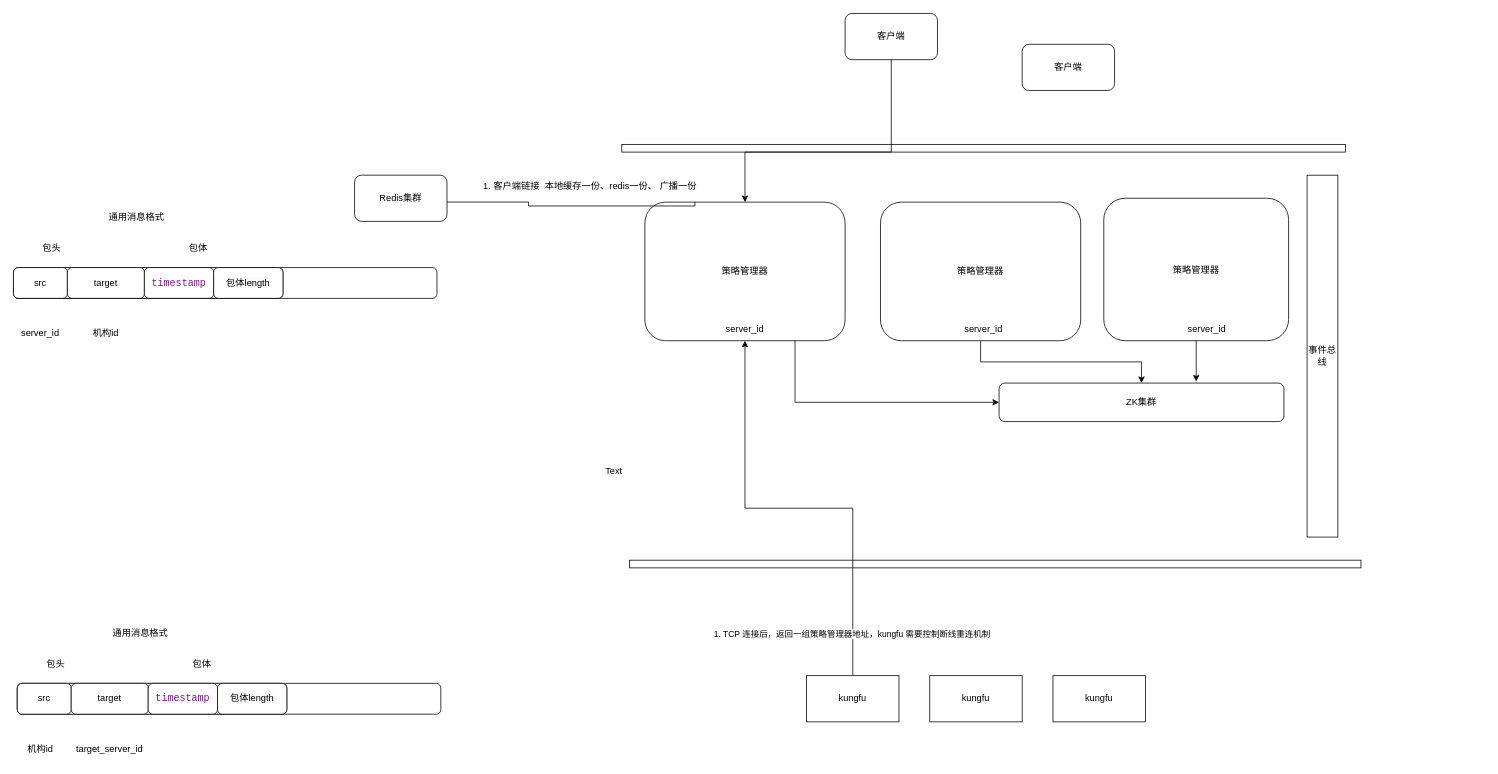
Above: 高可用通信-vertx.drawio in 89780012/drawio (draw.io), before the change. Source tidied: cells renumbered, new cells numbered last; positions are measured from the earlier drawing's top-left corner, leaving out a move shared by most shapes. Both pictures are drawn from the tidied source at 77%, with x=0, y=0 at pixel (13, 13).
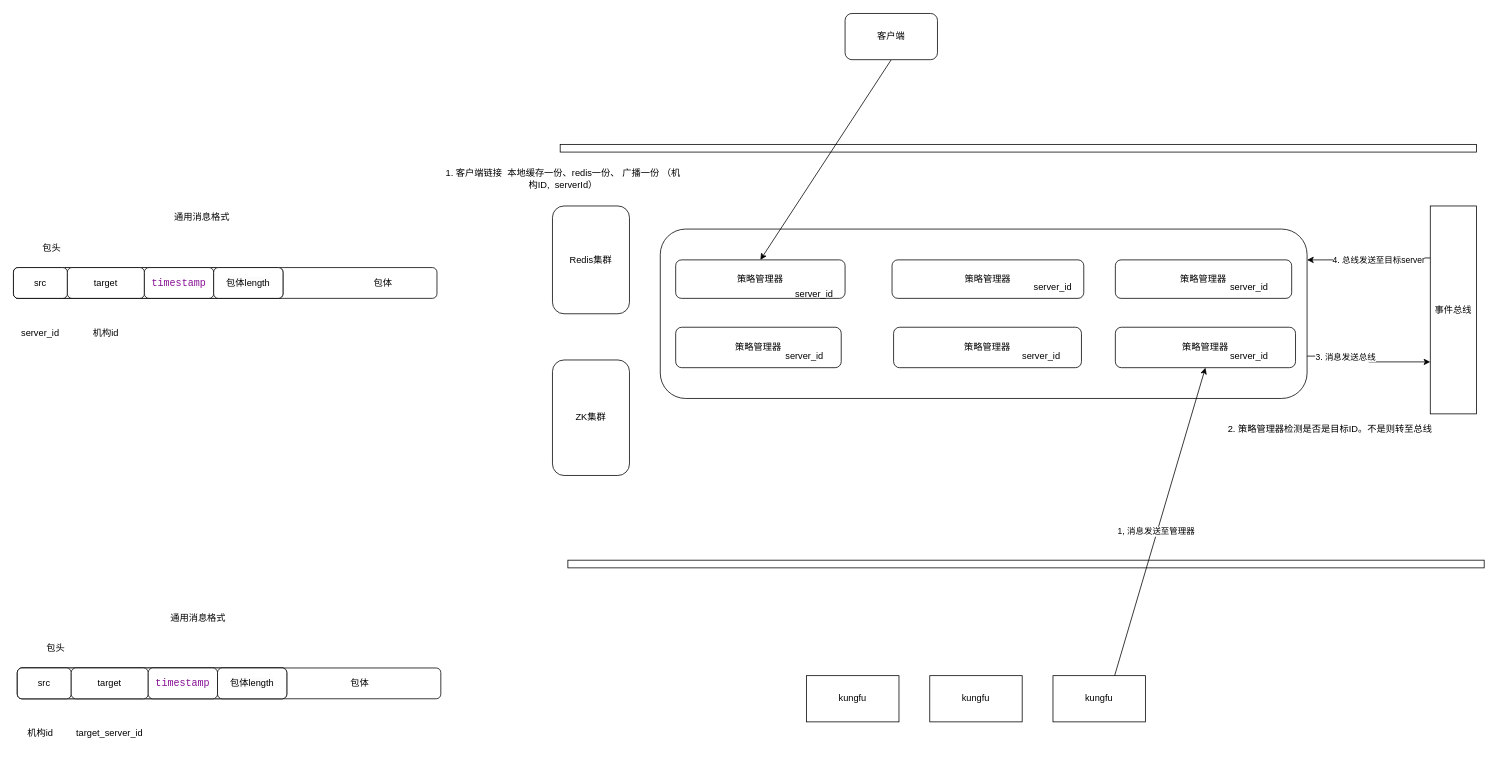
After the change.

Commit message:
更新高可用通信-vertx.drawio

The change refers to these unchanged cells:
```xml
<mxCell id="5" value="客户端" style="rounded=1;whiteSpace=wrap;html=1;" parent="1" vertex="1">
  <mxGeometry x="1080" width="120" height="60" as="geometry" />
</mxCell>
<mxCell id="9" value="kungfu" style="rounded=0;whiteSpace=wrap;html=1;" parent="1" vertex="1">
  <mxGeometry x="1030" y="860" width="120" height="60" as="geometry" />
</mxCell>
<mxCell id="10" value="kungfu" style="rounded=0;whiteSpace=wrap;html=1;" parent="1" vertex="1">
  <mxGeometry x="1350" y="860" width="120" height="60" as="geometry" />
</mxCell>
```

Change to the diagram source:
```diff
@@
+    <mxCell id="49" style="edgeStyle=orthogonalEdgeStyle;rounded=0;jettySize=auto;html=1;exitX=1;exitY=0.75;exitDx=0;exitDy=0;entryX=0;entryY=0.75;entryDx=0;entryDy=0;" parent="1" edge="1" source="51" target="12">
+      <mxGeometry relative="1" as="geometry" />
+    </mxCell>
+    <mxCell id="50" value="3. 消息发送总线" style="edgeLabel;html=1;align=center;verticalAlign=middle;" parent="49" vertex="1">
+      <mxGeometry x="-0.41" relative="1" as="geometry" />
+    </mxCell>
+    <mxCell id="51" style="rounded=1;whiteSpace=wrap;html=1;" parent="1" vertex="1">
+      <mxGeometry x="840" y="280" width="840" height="220" as="geometry" />
+    </mxCell>
     <mxCell id="2" style="rounded=0;whiteSpace=wrap;html=1;" parent="1" vertex="1">
-      <mxGeometry x="800" y="710" width="950" height="10" as="geometry" />
+      <mxGeometry x="720" y="710" width="1190" height="10" as="geometry" />
     </mxCell>
     <mxCell id="3" style="rounded=0;whiteSpace=wrap;html=1;" parent="1" vertex="1">
-      <mxGeometry x="790" y="170" width="940" height="10" as="geometry" />
+      <mxGeometry x="710" y="170" width="1190" height="10" as="geometry" />
     </mxCell>
-    <mxCell id="4" style="edgeStyle=orthogonalEdgeStyle;rounded=0;jettySize=auto;html=1;entryX=0.5;entryY=0;entryDx=0;entryDy=0;exitX=0.5;exitY=1;exitDx=0;exitDy=0;" parent="1" edge="1" source="5" target="17">
-      <mxGeometry relative="1" as="geometry">
-        <Array as="points">
-          <mxPoint x="1140" y="180" />
-          <mxPoint x="950" y="180" />
-        </Array>
-      </mxGeometry>
+    <mxCell id="4" style="rounded=0;jettySize=auto;html=1;entryX=0.5;entryY=0;entryDx=0;entryDy=0;exitX=0.5;exitY=1;exitDx=0;exitDy=0;" parent="1" edge="1" source="5" target="17">
+      <mxGeometry relative="1" as="geometry" />
     </mxCell>
@@
-    <mxCell id="6" value="客户端" style="rounded=1;whiteSpace=wrap;html=1;" parent="1" vertex="1">
-      <mxGeometry x="1310" y="40" width="120" height="60" as="geometry" />
-    </mxCell>
-    <mxCell id="7" style="edgeStyle=orthogonalEdgeStyle;rounded=0;jettySize=auto;html=1;" parent="1" edge="1" source="9" target="17">
-      <mxGeometry relative="1" as="geometry" />
-    </mxCell>
-    <mxCell id="8" value="1. TCP 连接后，返回一组策略管理器地址，kungfu 需要控制断线重连机制" style="edgeLabel;html=1;align=center;verticalAlign=middle;" parent="7" vertex="1">
-      <mxGeometry x="-0.81" y="2" relative="1" as="geometry" />
-    </mxCell>
+    <mxCell id="52" style="rounded=0;jettySize=auto;html=1;exitX=0.658;exitY=0.063;exitDx=0;exitDy=0;exitPerimeter=0;entryX=0.5;entryY=1;entryDx=0;entryDy=0;" parent="1" edge="1" source="10" target="54">
+      <mxGeometry relative="1" as="geometry" />
+    </mxCell>
+    <mxCell id="53" value="1, 消息发送至管理器" style="edgeLabel;html=1;align=center;verticalAlign=middle;" parent="52" vertex="1">
+      <mxGeometry x="-0.05" y="2" relative="1" as="geometry">
+        <mxPoint y="1" as="offset" />
+      </mxGeometry>
+    </mxCell>
@@
     <mxCell id="12" value="事件总线" style="rounded=0;whiteSpace=wrap;html=1;" parent="1" vertex="1">
-      <mxGeometry x="1680" y="210" width="40" height="470" as="geometry" />
+      <mxGeometry x="1840" y="250" width="60" height="270" as="geometry" />
     </mxCell>
     <mxCell id="13" value="策略管理器" style="rounded=1;whiteSpace=wrap;html=1;" parent="1" vertex="1">
-      <mxGeometry x="1416" y="240" width="240" height="185" as="geometry" />
+      <mxGeometry x="1431" y="320" width="229" height="50" as="geometry" />
     </mxCell>
-    <mxCell id="14" style="edgeStyle=orthogonalEdgeStyle;rounded=0;jettySize=auto;html=1;exitX=0.5;exitY=1;exitDx=0;exitDy=0;" parent="1" edge="1" source="15" target="20">
-      <mxGeometry relative="1" as="geometry" />
-    </mxCell>
     <mxCell id="15" value="策略管理器" style="rounded=1;whiteSpace=wrap;html=1;" parent="1" vertex="1">
-      <mxGeometry x="1126" y="245" width="260" height="180" as="geometry" />
+      <mxGeometry x="1141" y="320" width="249" height="50" as="geometry" />
     </mxCell>
-    <mxCell id="16" style="edgeStyle=orthogonalEdgeStyle;rounded=0;jettySize=auto;html=1;exitX=0.75;exitY=1;exitDx=0;exitDy=0;entryX=0;entryY=0.5;entryDx=0;entryDy=0;" parent="1" edge="1" source="17" target="20">
-      <mxGeometry relative="1" as="geometry" />
-    </mxCell>
     <mxCell id="17" value="策略管理器" style="rounded=1;whiteSpace=wrap;html=1;" parent="1" vertex="1">
-      <mxGeometry x="820" y="245" width="260" height="180" as="geometry" />
+      <mxGeometry x="860" y="320" width="220" height="50" as="geometry" />
     </mxCell>
-    <mxCell id="18" style="edgeStyle=orthogonalEdgeStyle;rounded=0;jettySize=auto;html=1;exitX=0.25;exitY=0;exitDx=0;exitDy=0;entryX=0.742;entryY=0.361;entryDx=0;entryDy=0;entryPerimeter=0;" parent="1" edge="1" source="17">
-      <mxGeometry relative="1" as="geometry">
-        <mxPoint x="549" y="244.9" as="targetPoint" />
-        <Array as="points">
-          <mxPoint x="885" y="250" />
-          <mxPoint x="669" y="250" />
-        </Array>
-      </mxGeometry>
-    </mxCell>
-    <mxCell id="19" value="1. 客户端链接&amp;nbsp; 本地缓存一份、redis一份、 广播一份" style="text;html=1;align=center;verticalAlign=middle;whiteSpace=wrap;rounded=0;" parent="1" vertex="1">
-      <mxGeometry x="590" y="210" width="317.5" height="30" as="geometry" />
+    <mxCell id="19" value="1. 客户端链接&amp;nbsp; 本地缓存一份、redis一份、 广播一份 （机构ID,&amp;nbsp; serverId）" style="text;html=1;align=center;verticalAlign=middle;whiteSpace=wrap;rounded=0;" parent="1" vertex="1">
+      <mxGeometry x="555" y="200" width="317.5" height="30" as="geometry" />
     </mxCell>
     <mxCell id="20" value="ZK集群" style="rounded=1;whiteSpace=wrap;html=1;" parent="1" vertex="1">
-      <mxGeometry x="1280" y="480" width="370" height="50" as="geometry" />
+      <mxGeometry x="700" y="450" width="100" height="150" as="geometry" />
     </mxCell>
     <mxCell id="21" value="Redis集群" style="rounded=1;whiteSpace=wrap;html=1;" parent="1" vertex="1">
-      <mxGeometry x="443" y="210" width="120" height="60" as="geometry" />
+      <mxGeometry x="700" y="250" width="100" height="140" as="geometry" />
     </mxCell>
-    <mxCell id="22" style="edgeStyle=orthogonalEdgeStyle;rounded=0;jettySize=auto;html=1;exitX=0.5;exitY=1;exitDx=0;exitDy=0;entryX=0.692;entryY=-0.042;entryDx=0;entryDy=0;entryPerimeter=0;" parent="1" edge="1" source="13" target="20">
-      <mxGeometry relative="1" as="geometry" />
-    </mxCell>
     <mxCell id="23" style="rounded=1;whiteSpace=wrap;html=1;" parent="1" vertex="1">
-      <mxGeometry x="5" y="870" width="550" height="40" as="geometry" />
+      <mxGeometry x="5" y="850" width="550" height="40" as="geometry" />
     </mxCell>
     <mxCell id="24" value="通用消息格式" style="text;html=1;align=center;verticalAlign=middle;whiteSpace=wrap;rounded=0;" parent="1" vertex="1">
-      <mxGeometry x="75" y="790" width="180" height="30" as="geometry" />
+      <mxGeometry x="150" y="770" width="180" height="30" as="geometry" />
     </mxCell>
     <mxCell id="25" style="rounded=1;whiteSpace=wrap;html=1;" parent="1" vertex="1">
-      <mxGeometry x="5" y="870" width="350" height="40" as="geometry" />
+      <mxGeometry x="5" y="850" width="350" height="40" as="geometry" />
     </mxCell>
     <mxCell id="26" value="包头" style="text;html=1;align=center;verticalAlign=middle;whiteSpace=wrap;rounded=0;" parent="1" vertex="1">
-      <mxGeometry x="25" y="830" width="60" height="30" as="geometry" />
+      <mxGeometry x="25" y="810" width="60" height="30" as="geometry" />
     </mxCell>
     <mxCell id="27" value="包体" style="text;html=1;align=center;verticalAlign=middle;whiteSpace=wrap;rounded=0;" parent="1" vertex="1">
-      <mxGeometry x="215" y="830" width="60" height="30" as="geometry" />
+      <mxGeometry x="420" y="855" width="60" height="30" as="geometry" />
     </mxCell>
     <mxCell id="28" value="src" style="rounded=1;whiteSpace=wrap;html=1;" parent="1" vertex="1">
-      <mxGeometry x="5" y="870" width="70" height="40" as="geometry" />
+      <mxGeometry x="5" y="850" width="70" height="40" as="geometry" />
     </mxCell>
     <mxCell id="29" value="target" style="rounded=1;whiteSpace=wrap;html=1;" parent="1" vertex="1">
-      <mxGeometry x="75" y="870" width="100" height="40" as="geometry" />
+      <mxGeometry x="75" y="850" width="100" height="40" as="geometry" />
     </mxCell>
     <mxCell id="30" value="server_id" style="text;html=1;align=center;verticalAlign=middle;whiteSpace=wrap;rounded=0;" parent="1" vertex="1">
-      <mxGeometry x="920" y="395" width="60" height="30" as="geometry" />
+      <mxGeometry x="1010" y="350" width="60" height="30" as="geometry" />
     </mxCell>
     <mxCell id="31" value="server_id" style="text;html=1;align=center;verticalAlign=middle;whiteSpace=wrap;rounded=0;" parent="1" vertex="1">
-      <mxGeometry x="1230" y="395" width="60" height="30" as="geometry" />
+      <mxGeometry x="1320" y="340" width="60" height="30" as="geometry" />
     </mxCell>
     <mxCell id="32" value="server_id" style="text;html=1;align=center;verticalAlign=middle;whiteSpace=wrap;rounded=0;" parent="1" vertex="1">
-      <mxGeometry x="1520" y="395" width="60" height="30" as="geometry" />
+      <mxGeometry x="1575" y="340" width="60" height="30" as="geometry" />
     </mxCell>
     <mxCell id="33" value="&lt;div style=&quot;background-color:#ffffff;color:#080808&quot;&gt;&lt;pre style=&quot;font-family:'JetBrains Mono',monospace;font-size:9.8pt;&quot;&gt;&lt;span style=&quot;color:#871094;&quot;&gt;timestamp&lt;/span&gt;&lt;/pre&gt;&lt;/div&gt;" style="rounded=1;whiteSpace=wrap;html=1;" parent="1" vertex="1">
-      <mxGeometry x="175" y="870" width="90" height="40" as="geometry" />
+      <mxGeometry x="175" y="850" width="90" height="40" as="geometry" />
     </mxCell>
     <mxCell id="34" value="&lt;div style=&quot;background-color: rgb(255, 255, 255); color: rgb(8, 8, 8);&quot;&gt;&lt;pre style=&quot;font-family:'JetBrains Mono',monospace;font-size:9.8pt;&quot;&gt;&lt;span style=&quot;color: rgb(0, 0, 0); font-family: Helvetica; font-size: 12px; white-space: normal; background-color: rgb(251, 251, 251);&quot;&gt;包体length&lt;/span&gt;&lt;/pre&gt;&lt;/div&gt;" style="rounded=1;whiteSpace=wrap;html=1;" parent="1" vertex="1">
-      <mxGeometry x="265" y="870" width="90" height="40" as="geometry" />
+      <mxGeometry x="265" y="850" width="90" height="40" as="geometry" />
     </mxCell>
-    <mxCell id="35" value="Text" style="text;html=1;align=center;verticalAlign=middle;whiteSpace=wrap;rounded=0;" parent="1" vertex="1">
-      <mxGeometry x="750" y="580" width="60" height="30" as="geometry" />
-    </mxCell>
     <mxCell id="36" value="target_server_id" style="text;html=1;align=center;verticalAlign=middle;whiteSpace=wrap;rounded=0;" parent="1" vertex="1">
-      <mxGeometry x="95" y="940" width="60" height="30" as="geometry" />
+      <mxGeometry x="95" y="920" width="60" height="30" as="geometry" />
     </mxCell>
@@
     <mxCell id="38" value="通用消息格式" style="text;html=1;align=center;verticalAlign=middle;whiteSpace=wrap;rounded=0;" parent="1" vertex="1">
-      <mxGeometry x="70" y="250" width="180" height="30" as="geometry" />
+      <mxGeometry x="155" y="250" width="180" height="30" as="geometry" />
     </mxCell>
@@
     <mxCell id="41" value="包体" style="text;html=1;align=center;verticalAlign=middle;whiteSpace=wrap;rounded=0;" parent="1" vertex="1">
-      <mxGeometry x="210" y="290" width="60" height="30" as="geometry" />
+      <mxGeometry x="450" y="335" width="60" height="30" as="geometry" />
     </mxCell>
@@
     <mxCell id="48" value="机构id" style="text;html=1;align=center;verticalAlign=middle;whiteSpace=wrap;rounded=0;" parent="1" vertex="1">
-      <mxGeometry x="5" y="940" width="60" height="30" as="geometry" />
+      <mxGeometry x="5" y="920" width="60" height="30" as="geometry" />
     </mxCell>
+    <mxCell id="54" value="策略管理器" style="rounded=1;whiteSpace=wrap;html=1;" parent="1" vertex="1">
+      <mxGeometry x="1431" y="407.5" width="234" height="52.5" as="geometry" />
+    </mxCell>
+    <mxCell id="55" value="策略管理器" style="rounded=1;whiteSpace=wrap;html=1;" parent="1" vertex="1">
+      <mxGeometry x="1143" y="407.5" width="244" height="52.5" as="geometry" />
+    </mxCell>
+    <mxCell id="56" value="策略管理器" style="rounded=1;whiteSpace=wrap;html=1;" parent="1" vertex="1">
+      <mxGeometry x="860" y="407.5" width="215" height="52.5" as="geometry" />
+    </mxCell>
+    <mxCell id="57" value="server_id" style="text;html=1;align=center;verticalAlign=middle;whiteSpace=wrap;rounded=0;" parent="1" vertex="1">
+      <mxGeometry x="995" y="430" width="65" height="30" as="geometry" />
+    </mxCell>
+    <mxCell id="58" value="server_id" style="text;html=1;align=center;verticalAlign=middle;whiteSpace=wrap;rounded=0;" parent="1" vertex="1">
+      <mxGeometry x="1305" y="430" width="60" height="30" as="geometry" />
+    </mxCell>
+    <mxCell id="59" value="server_id" style="text;html=1;align=center;verticalAlign=middle;whiteSpace=wrap;rounded=0;" parent="1" vertex="1">
+      <mxGeometry x="1575" y="430" width="60" height="30" as="geometry" />
+    </mxCell>
+    <mxCell id="60" value="2. 策略管理器检测是否是目标ID。不是则转至总线" style="text;html=1;align=center;verticalAlign=middle;whiteSpace=wrap;rounded=0;" parent="1" vertex="1">
+      <mxGeometry x="1570" y="530" width="280" height="20" as="geometry" />
+    </mxCell>
+    <mxCell id="61" style="edgeStyle=orthogonalEdgeStyle;rounded=0;jettySize=auto;html=1;exitX=0;exitY=0.25;exitDx=0;exitDy=0;entryX=1;entryY=0.182;entryDx=0;entryDy=0;entryPerimeter=0;" parent="1" edge="1" source="12" target="51">
+      <mxGeometry relative="1" as="geometry" />
+    </mxCell>
+    <mxCell id="62" value="4. 总线发送至目标server" style="edgeLabel;html=1;align=center;verticalAlign=middle;" parent="61" vertex="1">
+      <mxGeometry x="-0.16" y="3" relative="1" as="geometry" />
+    </mxCell>
```
